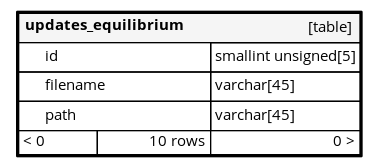
Above: diagrams/orphans/updates_equilibrium.1degree.png in FAForever/db (Graphviz), before the change. Its source is kept beside it as diagrams/orphans/updates_equilibrium.1degree.dot.
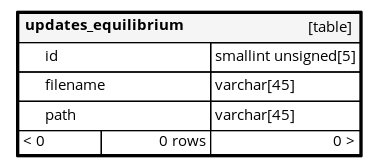
After the change.

The edit, as a diff of the source:
```diff
@@ -23,7 +23,7 @@
       <TR><TD PORT="id" COLSPAN="2" BGCOLOR="#ffffff" ALIGN="LEFT"><TABLE BORDER="0" CELLSPACING="0" ALIGN="LEFT"><TR ALIGN="LEFT"><TD ALIGN="LEFT" FIXEDSIZE="TRUE" WIDTH="15" HEIGHT="16"></TD><TD ALIGN="LEFT" FIXEDSIZE="TRUE" WIDTH="123" HEIGHT="16">id</TD></TR></TABLE></TD><TD PORT="id.type" ALIGN="LEFT">smallint unsigned[5]</TD></TR>
       <TR><TD PORT="filename" COLSPAN="2" ALIGN="LEFT"><TABLE BORDER="0" CELLSPACING="0" ALIGN="LEFT"><TR ALIGN="LEFT"><TD ALIGN="LEFT" FIXEDSIZE="TRUE" WIDTH="15" HEIGHT="16"></TD><TD ALIGN="LEFT" FIXEDSIZE="TRUE" WIDTH="123" HEIGHT="16">filename</TD></TR></TABLE></TD><TD PORT="filename.type" ALIGN="LEFT">varchar[45]</TD></TR>
       <TR><TD PORT="path" COLSPAN="2" ALIGN="LEFT"><TABLE BORDER="0" CELLSPACING="0" ALIGN="LEFT"><TR ALIGN="LEFT"><TD ALIGN="LEFT" FIXEDSIZE="TRUE" WIDTH="15" HEIGHT="16"></TD><TD ALIGN="LEFT" FIXEDSIZE="TRUE" WIDTH="123" HEIGHT="16">path</TD></TR></TABLE></TD><TD PORT="path.type" ALIGN="LEFT">varchar[45]</TD></TR>
-      <TR><TD ALIGN="LEFT" BGCOLOR="#ffffff">&lt; 0</TD><TD ALIGN="RIGHT" BGCOLOR="#ffffff">10 rows</TD><TD ALIGN="RIGHT" BGCOLOR="#ffffff">0 &gt;</TD></TR>
+      <TR><TD ALIGN="LEFT" BGCOLOR="#ffffff">&lt; 0</TD><TD ALIGN="RIGHT" BGCOLOR="#ffffff">0 rows</TD><TD ALIGN="RIGHT" BGCOLOR="#ffffff">0 &gt;</TD></TR>
     </TABLE>>
     URL="tables/updates_equilibrium.html"
     target="_top"
```
